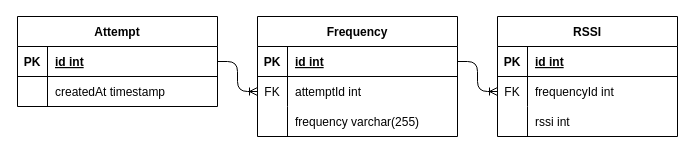
Above: diagram/entity-relationship-diagram/entity-relationship-diagram.drawio in NotHydra/pari (draw.io), before the change. Source tidied: cells renumbered, new cells numbered last; positions are measured from the earlier drawing's top-left corner, leaving out a move shared by most shapes. Both pictures are drawn from the tidied source at 100%, with x=0, y=0 at pixel (17, 16).
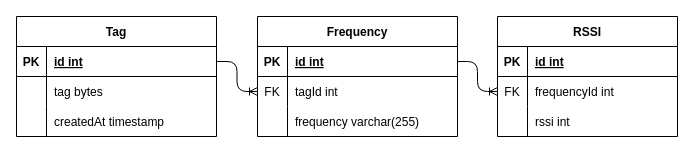
Above is the later version.

Commit message (it also covers changes not shown here):
feat(diagram): new entity relationship diagram

Unchanged cells that the change refers to:
```xml
<mxCell id="13" style="shape=tableRow;horizontal=0;startSize=0;swimlaneHead=0;swimlaneBody=0;fillColor=none;points=[[0,0.5],[1,0.5]];portConstraint=eastwest;top=0;left=0;right=0;bottom=0;" parent="9" vertex="1">
  <mxGeometry y="60" width="200" height="30" as="geometry" />
</mxCell>
```

The edit, as a diff of the source:
```diff
@@
-    <mxCell id="2" value="Attempt" style="shape=table;startSize=30;childLayout=tableLayout;rowLines=0;fontStyle=1;align=center;" parent="1" vertex="1">
-      <mxGeometry width="200" height="90" as="geometry" />
+    <mxCell id="2" value="Tag" style="shape=table;startSize=30;childLayout=tableLayout;rowLines=0;fontStyle=1;align=center;" parent="1" vertex="1">
+      <mxGeometry x="-1" width="200" height="120" as="geometry" />
     </mxCell>
@@
+    <mxCell id="31" style="shape=tableRow;horizontal=0;startSize=0;swimlaneHead=0;swimlaneBody=0;fillColor=none;top=0;left=0;right=0;bottom=0;" parent="2" vertex="1">
+      <mxGeometry y="60" width="200" height="30" as="geometry" />
+    </mxCell>
+    <mxCell id="32" style="shape=partialRectangle;fillColor=none;top=0;left=0;bottom=0;right=0;overflow=hidden;" parent="31" vertex="1">
+      <mxGeometry width="30" height="30" as="geometry" />
+    </mxCell>
+    <mxCell id="33" value="tag bytes" style="shape=partialRectangle;fillColor=none;top=0;left=0;bottom=0;right=0;align=left;spacingLeft=6;overflow=hidden;" parent="31" vertex="1">
+      <mxGeometry x="30" width="170" height="30" as="geometry" />
+    </mxCell>
     <mxCell id="6" style="shape=tableRow;horizontal=0;startSize=0;swimlaneHead=0;swimlaneBody=0;fillColor=none;top=0;left=0;right=0;bottom=0;" parent="2" vertex="1">
-      <mxGeometry y="60" width="200" height="30" as="geometry" />
+      <mxGeometry y="90" width="200" height="30" as="geometry" />
     </mxCell>
@@
-    <mxCell id="15" value="attemptId int" style="shape=partialRectangle;fillColor=none;top=0;left=0;bottom=0;right=0;align=left;spacingLeft=6;overflow=hidden;" parent="13" vertex="1">
+    <mxCell id="15" value="tagId int" style="shape=partialRectangle;fillColor=none;top=0;left=0;bottom=0;right=0;align=left;spacingLeft=6;overflow=hidden;" parent="13" vertex="1">
       <mxGeometry x="30" width="170" height="30" as="geometry" />
     </mxCell>
```
